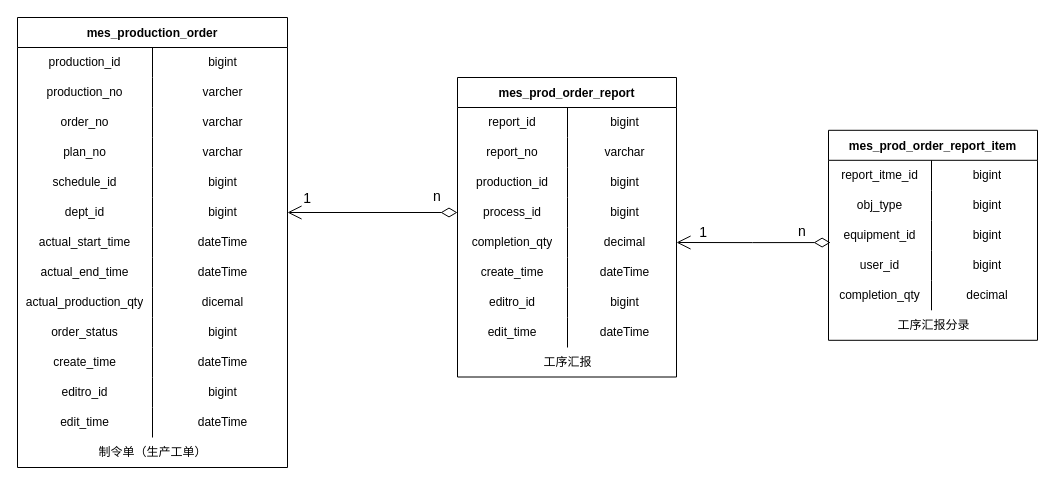
Above: page "制令单管理" (1 of 5) of 数据表.drawio in KNAI-I/test (draw.io), before the change. Source tidied: cells renumbered, new cells numbered last; positions are measured from the earlier drawing's top-left corner, leaving out a move shared by most shapes. Both pictures are drawn from the tidied source at 100%, with x=0, y=0 at pixel (17, 17).
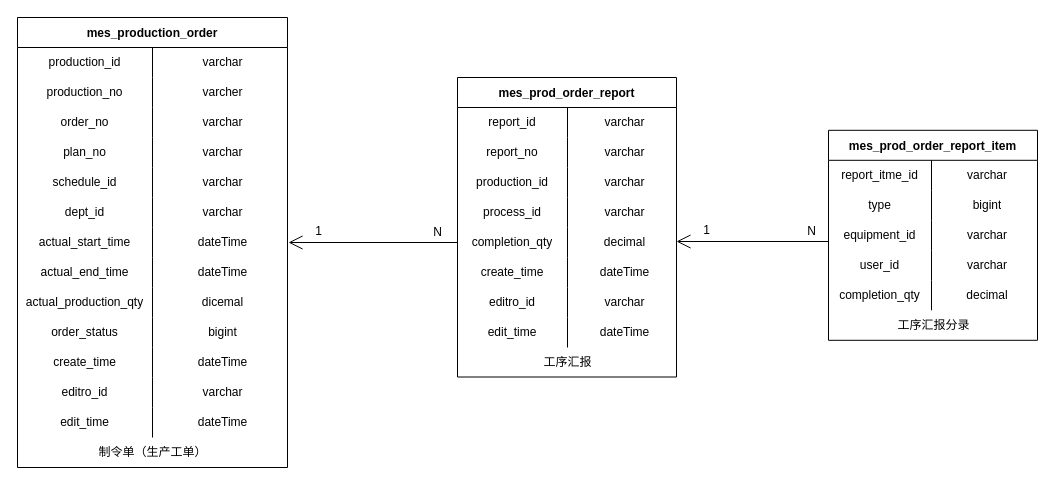
After the change.

Unchanged cells that the change refers to:
```xml
<mxCell id="3" style="shape=tableRow;horizontal=0;startSize=0;swimlaneHead=0;swimlaneBody=0;top=0;left=0;bottom=0;right=0;fillColor=none;" parent="2" vertex="1">
  <mxGeometry y="30" width="270" height="30" as="geometry" />
</mxCell>
<mxCell id="15" style="shape=tableRow;horizontal=0;startSize=0;swimlaneHead=0;swimlaneBody=0;top=0;left=0;bottom=0;right=0;fillColor=none;" parent="2" vertex="1">
  <mxGeometry y="150" width="270" height="30" as="geometry" />
</mxCell>
<mxCell id="18" style="shape=tableRow;horizontal=0;startSize=0;swimlaneHead=0;swimlaneBody=0;top=0;left=0;bottom=0;right=0;fillColor=none;points=[[0,0.5],[1,0.5]];portConstraint=eastwest;" parent="2" vertex="1">
  <mxGeometry y="180" width="270" height="30" as="geometry" />
</mxCell>
<mxCell id="36" style="shape=tableRow;horizontal=0;startSize=0;swimlaneHead=0;swimlaneBody=0;top=0;left=0;bottom=0;right=0;fillColor=none;" parent="2" vertex="1">
  <mxGeometry y="360" width="270" height="30" as="geometry" />
</mxCell>
<mxCell id="43" style="shape=tableRow;horizontal=0;startSize=0;swimlaneHead=0;swimlaneBody=0;top=0;left=0;bottom=0;right=0;fillColor=none;" parent="42" vertex="1">
  <mxGeometry y="30" width="219" height="30" as="geometry" />
</mxCell>
<mxCell id="49" style="shape=tableRow;horizontal=0;startSize=0;swimlaneHead=0;swimlaneBody=0;top=0;left=0;bottom=0;right=0;fillColor=none;" parent="42" vertex="1">
  <mxGeometry y="90" width="219" height="30" as="geometry" />
</mxCell>
<mxCell id="52" style="shape=tableRow;horizontal=0;startSize=0;swimlaneHead=0;swimlaneBody=0;top=0;left=0;bottom=0;right=0;fillColor=none;points=[[0,0.5],[1,0.5]];portConstraint=eastwest;" parent="42" vertex="1">
  <mxGeometry y="120" width="219" height="30" as="geometry" />
</mxCell>
<mxCell id="55" style="shape=tableRow;horizontal=0;startSize=0;swimlaneHead=0;swimlaneBody=0;top=0;left=0;bottom=0;right=0;fillColor=none;points=[[0,0.5],[1,0.5]];portConstraint=eastwest;" parent="42" vertex="1">
  <mxGeometry y="150" width="219" height="30" as="geometry" />
</mxCell>
<mxCell id="61" style="shape=tableRow;horizontal=0;startSize=0;swimlaneHead=0;swimlaneBody=0;top=0;left=0;bottom=0;right=0;fillColor=none;" parent="42" vertex="1">
  <mxGeometry y="210" width="219" height="30" as="geometry" />
</mxCell>
<mxCell id="70" style="shape=tableRow;horizontal=0;startSize=0;swimlaneHead=0;swimlaneBody=0;top=0;left=0;bottom=0;right=0;fillColor=none;" parent="69" vertex="1">
  <mxGeometry y="30" width="209" height="30" as="geometry" />
</mxCell>
<mxCell id="73" style="shape=tableRow;horizontal=0;startSize=0;swimlaneHead=0;swimlaneBody=0;top=0;left=0;bottom=0;right=0;fillColor=none;" parent="69" vertex="1">
  <mxGeometry y="60" width="209" height="30" as="geometry" />
</mxCell>
<mxCell id="76" style="shape=tableRow;horizontal=0;startSize=0;swimlaneHead=0;swimlaneBody=0;top=0;left=0;bottom=0;right=0;fillColor=none;points=[[0,0.5],[1,0.5]];portConstraint=eastwest;" parent="69" vertex="1">
  <mxGeometry y="90" width="209" height="30" as="geometry" />
</mxCell>
<mxCell id="79" style="shape=tableRow;horizontal=0;startSize=0;swimlaneHead=0;swimlaneBody=0;top=0;left=0;bottom=0;right=0;fillColor=none;" parent="69" vertex="1">
  <mxGeometry y="120" width="209" height="30" as="geometry" />
</mxCell>
```

Diff of the diagram source:
```diff
@@
-    <mxCell id="5" value="bigint" style="shape=partialRectangle;html=1;whiteSpace=wrap;fillColor=none;top=0;left=0;bottom=0;right=0;align=center;spacingLeft=6;overflow=hidden;" parent="3" vertex="1">
+    <mxCell id="5" value="varchar" style="shape=partialRectangle;html=1;whiteSpace=wrap;fillColor=none;top=0;left=0;bottom=0;right=0;align=center;spacingLeft=6;overflow=hidden;" parent="3" vertex="1">
       <mxGeometry x="135" width="135" height="30" as="geometry" />
     </mxCell>
@@
-    <mxCell id="17" value="bigint" style="shape=partialRectangle;html=1;whiteSpace=wrap;fillColor=none;top=0;left=0;bottom=0;right=0;align=center;spacingLeft=6;overflow=hidden;" parent="15" vertex="1">
+    <mxCell id="17" value="varchar" style="shape=partialRectangle;html=1;whiteSpace=wrap;fillColor=none;top=0;left=0;bottom=0;right=0;align=center;spacingLeft=6;overflow=hidden;" parent="15" vertex="1">
       <mxGeometry x="135" width="135" height="30" as="geometry" />
     </mxCell>
@@
-    <mxCell id="20" value="bigint" style="shape=partialRectangle;html=1;whiteSpace=wrap;fillColor=none;top=0;left=0;bottom=0;right=0;align=center;spacingLeft=6;overflow=hidden;" parent="18" vertex="1">
+    <mxCell id="20" value="varchar" style="shape=partialRectangle;html=1;whiteSpace=wrap;fillColor=none;top=0;left=0;bottom=0;right=0;align=center;spacingLeft=6;overflow=hidden;" parent="18" vertex="1">
       <mxGeometry x="135" width="135" height="30" as="geometry" />
     </mxCell>
@@
-    <mxCell id="38" value="bigint" style="shape=partialRectangle;html=1;whiteSpace=wrap;fillColor=none;top=0;left=0;bottom=0;right=0;align=center;spacingLeft=6;overflow=hidden;" parent="36" vertex="1">
+    <mxCell id="38" value="varchar" style="shape=partialRectangle;html=1;whiteSpace=wrap;fillColor=none;top=0;left=0;bottom=0;right=0;align=center;spacingLeft=6;overflow=hidden;" parent="36" vertex="1">
       <mxGeometry x="135" width="135" height="30" as="geometry" />
     </mxCell>
@@
-    <mxCell id="45" value="bigint" style="shape=partialRectangle;html=1;whiteSpace=wrap;fillColor=none;top=0;left=0;bottom=0;right=0;align=center;spacingLeft=6;overflow=hidden;" parent="43" vertex="1">
+    <mxCell id="45" value="varchar" style="shape=partialRectangle;html=1;whiteSpace=wrap;fillColor=none;top=0;left=0;bottom=0;right=0;align=center;spacingLeft=6;overflow=hidden;" parent="43" vertex="1">
       <mxGeometry x="110" width="109" height="30" as="geometry" />
     </mxCell>
@@
-    <mxCell id="51" value="bigint" style="shape=partialRectangle;html=1;whiteSpace=wrap;fillColor=none;top=0;left=0;bottom=0;right=0;align=center;spacingLeft=6;overflow=hidden;" parent="49" vertex="1">
+    <mxCell id="51" value="varchar" style="shape=partialRectangle;html=1;whiteSpace=wrap;fillColor=none;top=0;left=0;bottom=0;right=0;align=center;spacingLeft=6;overflow=hidden;" parent="49" vertex="1">
       <mxGeometry x="110" width="109" height="30" as="geometry" />
     </mxCell>
@@
-    <mxCell id="54" value="bigint" style="shape=partialRectangle;html=1;whiteSpace=wrap;fillColor=none;top=0;left=0;bottom=0;right=0;align=center;spacingLeft=6;overflow=hidden;" parent="52" vertex="1">
+    <mxCell id="54" value="varchar" style="shape=partialRectangle;html=1;whiteSpace=wrap;fillColor=none;top=0;left=0;bottom=0;right=0;align=center;spacingLeft=6;overflow=hidden;" parent="52" vertex="1">
       <mxGeometry x="110" width="109" height="30" as="geometry" />
     </mxCell>
@@
-    <mxCell id="63" value="bigint" style="shape=partialRectangle;html=1;whiteSpace=wrap;fillColor=none;top=0;left=0;bottom=0;right=0;align=center;spacingLeft=6;overflow=hidden;" parent="61" vertex="1">
+    <mxCell id="63" value="varchar" style="shape=partialRectangle;html=1;whiteSpace=wrap;fillColor=none;top=0;left=0;bottom=0;right=0;align=center;spacingLeft=6;overflow=hidden;" parent="61" vertex="1">
       <mxGeometry x="110" width="109" height="30" as="geometry" />
     </mxCell>
@@
-    <mxCell id="72" value="bigint" style="shape=partialRectangle;html=1;whiteSpace=wrap;fillColor=none;top=0;left=0;bottom=0;right=0;align=center;spacingLeft=6;overflow=hidden;" parent="70" vertex="1">
+    <mxCell id="72" value="varchar" style="shape=partialRectangle;html=1;whiteSpace=wrap;fillColor=none;top=0;left=0;bottom=0;right=0;align=center;spacingLeft=6;overflow=hidden;" parent="70" vertex="1">
       <mxGeometry x="103" width="106" height="30" as="geometry" />
     </mxCell>
@@
-    <mxCell id="74" value="obj_type" style="shape=partialRectangle;html=1;whiteSpace=wrap;fillColor=none;top=0;left=0;bottom=0;right=0;overflow=hidden;" parent="73" vertex="1">
+    <mxCell id="74" value="type" style="shape=partialRectangle;html=1;whiteSpace=wrap;fillColor=none;top=0;left=0;bottom=0;right=0;overflow=hidden;" parent="73" vertex="1">
       <mxGeometry width="103" height="30" as="geometry" />
     </mxCell>
@@
-    <mxCell id="78" value="bigint" style="shape=partialRectangle;html=1;whiteSpace=wrap;fillColor=none;top=0;left=0;bottom=0;right=0;align=center;spacingLeft=6;overflow=hidden;" parent="76" vertex="1">
+    <mxCell id="78" value="varchar" style="shape=partialRectangle;html=1;whiteSpace=wrap;fillColor=none;top=0;left=0;bottom=0;right=0;align=center;spacingLeft=6;overflow=hidden;" parent="76" vertex="1">
       <mxGeometry x="103" width="106" height="30" as="geometry" />
     </mxCell>
@@
-    <mxCell id="81" value="bigint" style="shape=partialRectangle;html=1;whiteSpace=wrap;fillColor=none;top=0;left=0;bottom=0;right=0;align=center;spacingLeft=6;overflow=hidden;" parent="79" vertex="1">
+    <mxCell id="81" value="varchar" style="shape=partialRectangle;html=1;whiteSpace=wrap;fillColor=none;top=0;left=0;bottom=0;right=0;align=center;spacingLeft=6;overflow=hidden;" parent="79" vertex="1">
       <mxGeometry x="103" width="106" height="30" as="geometry" />
     </mxCell>
@@
-    <mxCell id="86" style="endArrow=open;html=1;endSize=12;startArrow=diamondThin;startSize=14;startFill=0;edgeStyle=orthogonalEdgeStyle;rounded=0;exitX=0;exitY=0.5;exitDx=0;exitDy=0;entryX=1;entryY=0.5;entryDx=0;entryDy=0;" parent="1" edge="1" source="52" target="18">
-      <mxGeometry relative="1" as="geometry" />
-    </mxCell>
-    <mxCell id="87" value="&lt;font style=&quot;font-size: 14px;&quot;&gt;n&lt;/font&gt;" style="edgeLabel;html=1;align=left;verticalAlign=top;" parent="86" vertex="1">
-      <mxGeometry x="-1" relative="1" as="geometry">
-        <mxPoint x="-26" y="-31" as="offset" />
-      </mxGeometry>
-    </mxCell>
-    <mxCell id="88" value="&lt;font style=&quot;font-size: 14px;&quot;&gt;1&lt;/font&gt;" style="edgeLabel;html=1;align=right;verticalAlign=top;" parent="86" vertex="1">
-      <mxGeometry x="1" relative="1" as="geometry">
-        <mxPoint x="24" y="-29" as="offset" />
-      </mxGeometry>
-    </mxCell>
-    <mxCell id="89" style="endArrow=open;html=1;endSize=12;startArrow=diamondThin;startSize=14;startFill=0;edgeStyle=orthogonalEdgeStyle;rounded=0;fontSize=14;exitX=0.01;exitY=0.742;exitDx=0;exitDy=0;exitPerimeter=0;entryX=1;entryY=0.5;entryDx=0;entryDy=0;" parent="1" edge="1" source="76" target="55">
-      <mxGeometry relative="1" as="geometry" />
-    </mxCell>
-    <mxCell id="90" value="n" style="edgeLabel;html=1;align=left;verticalAlign=top;fontSize=14;" parent="89" vertex="1">
-      <mxGeometry x="-1" relative="1" as="geometry">
-        <mxPoint x="-34" y="-26" as="offset" />
-      </mxGeometry>
-    </mxCell>
-    <mxCell id="91" value="1" style="edgeLabel;html=1;align=right;verticalAlign=top;fontSize=14;" parent="89" vertex="1">
-      <mxGeometry x="1" relative="1" as="geometry">
-        <mxPoint x="31" y="-25" as="offset" />
-      </mxGeometry>
-    </mxCell>
+    <mxCell id="92" style="endArrow=open;endFill=1;endSize=12;html=1;rounded=0;exitX=0;exitY=0.5;exitDx=0;exitDy=0;" parent="1" edge="1" source="55">
+      <mxGeometry relative="1" as="geometry">
+        <mxPoint x="271" y="225" as="targetPoint" />
+      </mxGeometry>
+    </mxCell>
+    <mxCell id="93" value="1" style="text;html=1;align=center;verticalAlign=middle;strokeColor=none;fillColor=none;" parent="1" vertex="1">
+      <mxGeometry x="286" y="198.8" width="30" height="30" as="geometry" />
+    </mxCell>
+    <mxCell id="94" value="N" style="text;html=1;align=center;verticalAlign=middle;strokeColor=none;fillColor=none;" parent="1" vertex="1">
+      <mxGeometry x="405" y="199.8" width="30" height="30" as="geometry" />
+    </mxCell>
+    <mxCell id="95" style="endArrow=open;endFill=1;endSize=12;html=1;rounded=0;" parent="1" edge="1">
+      <mxGeometry relative="1" as="geometry">
+        <mxPoint x="811" y="224" as="sourcePoint" />
+        <mxPoint x="659" y="224" as="targetPoint" />
+      </mxGeometry>
+    </mxCell>
+    <mxCell id="96" value="1" style="text;html=1;align=center;verticalAlign=middle;strokeColor=none;fillColor=none;" parent="1" vertex="1">
+      <mxGeometry x="674" y="197.8" width="30" height="30" as="geometry" />
+    </mxCell>
+    <mxCell id="97" value="N" style="text;html=1;align=center;verticalAlign=middle;strokeColor=none;fillColor=none;" parent="1" vertex="1">
+      <mxGeometry x="779" y="198.8" width="30" height="30" as="geometry" />
+    </mxCell>
```
